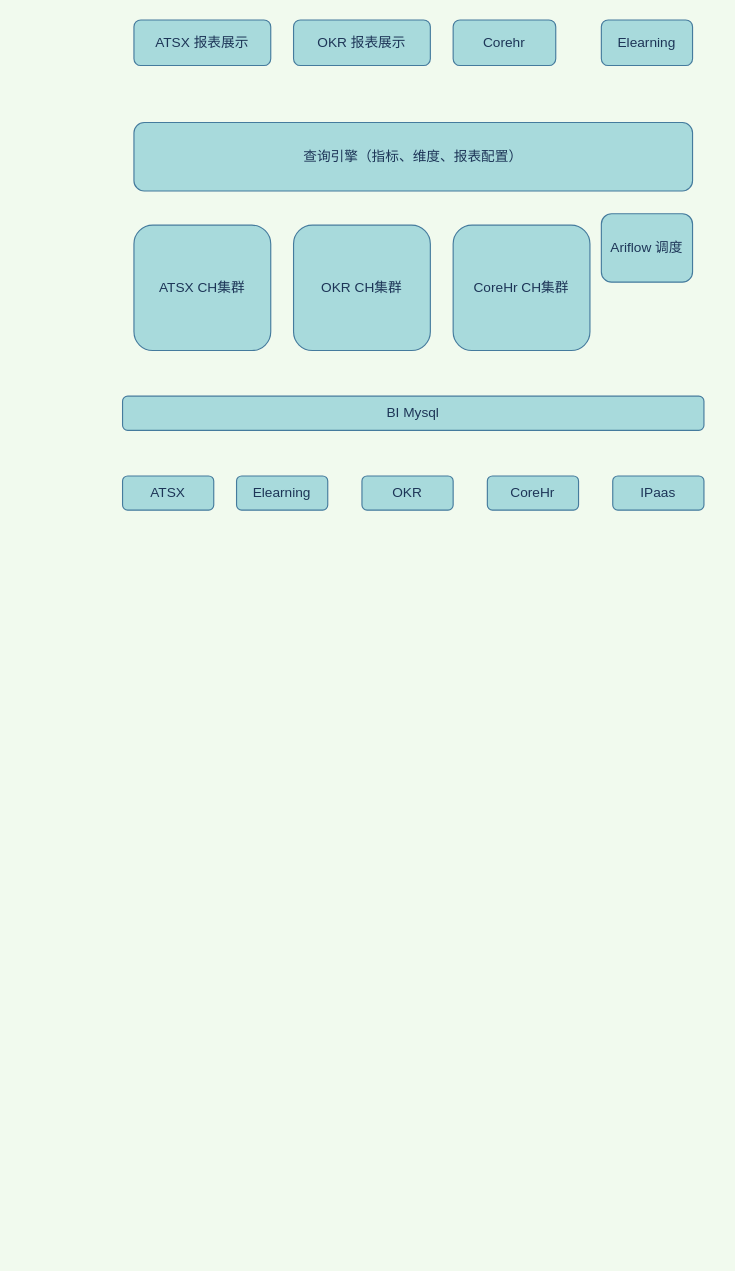
This is dw/Untitled Diagram.drawio from cicelprg/drawio, a draw.io file, before an edit. Source tidied: cells renumbered, new cells numbered last; positions are measured from the earlier drawing's top-left corner, leaving out a move shared by most shapes. Both pictures are drawn from the tidied source at 114%, with x=0, y=0 at pixel (122, 19).
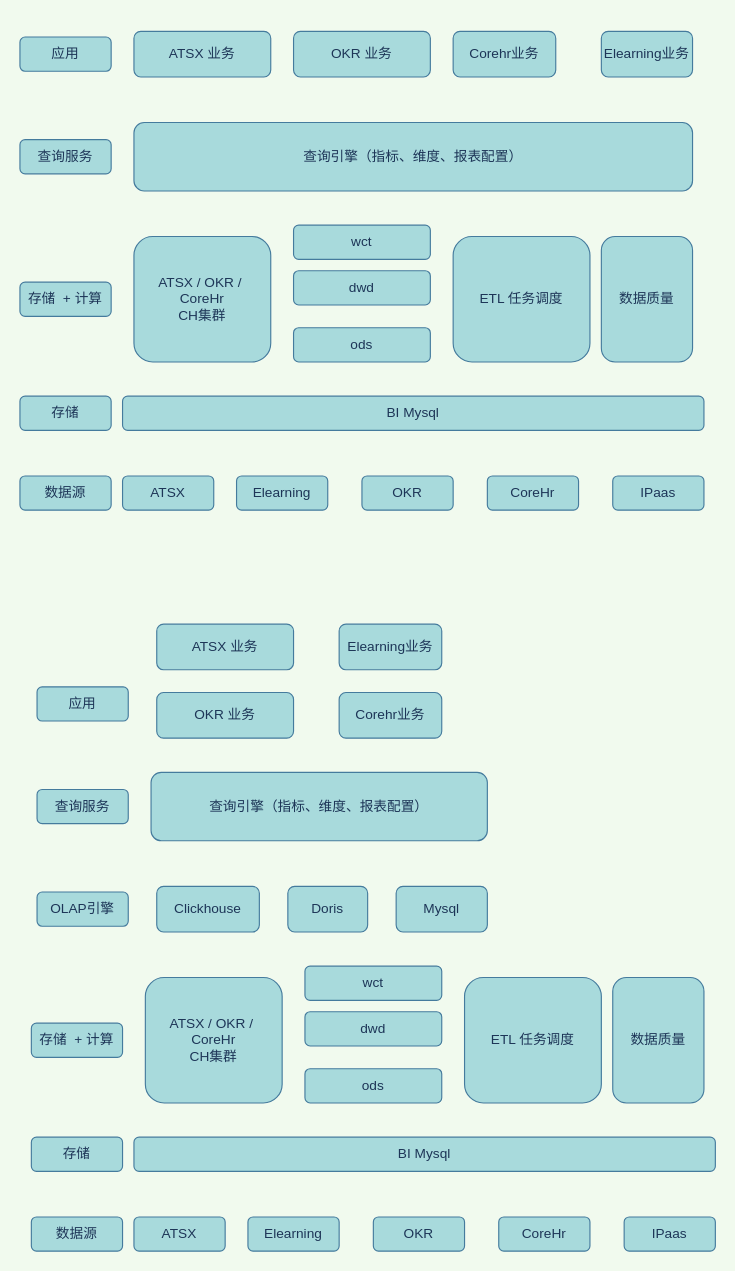
After the change.

The edit, as a diff of the source:
```diff
@@
-    <mxCell id="8" value="ATSX CH集群" style="rounded=1;whiteSpace=wrap;html=1;sketch=0;hachureGap=4;fontColor=#1D3557;strokeColor=#457B9D;fillColor=#A8DADC;" parent="1" vertex="1">
-      <mxGeometry x="10" y="180" width="120" height="110" as="geometry" />
+    <mxCell id="8" value="ATSX / OKR /&amp;nbsp; CoreHr&lt;br&gt;CH集群" style="rounded=1;whiteSpace=wrap;html=1;sketch=0;hachureGap=4;fontColor=#1D3557;strokeColor=#457B9D;fillColor=#A8DADC;" parent="1" vertex="1">
+      <mxGeometry x="10" y="190" width="120" height="110" as="geometry" />
     </mxCell>
-    <mxCell id="9" value="OKR CH集群" style="rounded=1;whiteSpace=wrap;html=1;sketch=0;hachureGap=4;fontColor=#1D3557;strokeColor=#457B9D;fillColor=#A8DADC;" parent="1" vertex="1">
-      <mxGeometry x="150" y="180" width="120" height="110" as="geometry" />
-    </mxCell>
-    <mxCell id="10" value="CoreHr CH集群" style="rounded=1;whiteSpace=wrap;html=1;sketch=0;hachureGap=4;fontColor=#1D3557;strokeColor=#457B9D;fillColor=#A8DADC;" parent="1" vertex="1">
-      <mxGeometry x="290" y="180" width="120" height="110" as="geometry" />
-    </mxCell>
@@
-    <mxCell id="12" value="ATSX 报表展示" style="rounded=1;whiteSpace=wrap;html=1;sketch=0;hachureGap=4;fontColor=#1D3557;strokeColor=#457B9D;fillColor=#A8DADC;" parent="1" vertex="1">
-      <mxGeometry x="10" width="120" height="40" as="geometry" />
+    <mxCell id="12" value="ATSX 业务" style="rounded=1;whiteSpace=wrap;html=1;sketch=0;hachureGap=4;fontColor=#1D3557;strokeColor=#457B9D;fillColor=#A8DADC;" parent="1" vertex="1">
+      <mxGeometry x="10" y="10" width="120" height="40" as="geometry" />
     </mxCell>
-    <mxCell id="13" value="OKR 报表展示" style="rounded=1;whiteSpace=wrap;html=1;sketch=0;hachureGap=4;fontColor=#1D3557;strokeColor=#457B9D;fillColor=#A8DADC;" parent="1" vertex="1">
-      <mxGeometry x="150" width="120" height="40" as="geometry" />
+    <mxCell id="13" value="OKR 业务" style="rounded=1;whiteSpace=wrap;html=1;sketch=0;hachureGap=4;fontColor=#1D3557;strokeColor=#457B9D;fillColor=#A8DADC;" parent="1" vertex="1">
+      <mxGeometry x="150" y="10" width="120" height="40" as="geometry" />
     </mxCell>
-    <mxCell id="14" value="Corehr" style="rounded=1;whiteSpace=wrap;html=1;sketch=0;hachureGap=4;fontColor=#1D3557;strokeColor=#457B9D;fillColor=#A8DADC;" parent="1" vertex="1">
-      <mxGeometry x="290" width="90" height="40" as="geometry" />
+    <mxCell id="14" value="Corehr业务" style="rounded=1;whiteSpace=wrap;html=1;sketch=0;hachureGap=4;fontColor=#1D3557;strokeColor=#457B9D;fillColor=#A8DADC;" parent="1" vertex="1">
+      <mxGeometry x="290" y="10" width="90" height="40" as="geometry" />
     </mxCell>
-    <mxCell id="15" value="Elearning" style="rounded=1;whiteSpace=wrap;html=1;sketch=0;hachureGap=4;fontColor=#1D3557;strokeColor=#457B9D;fillColor=#A8DADC;" parent="1" vertex="1">
-      <mxGeometry x="420" width="80" height="40" as="geometry" />
+    <mxCell id="15" value="Elearning业务" style="rounded=1;whiteSpace=wrap;html=1;sketch=0;hachureGap=4;fontColor=#1D3557;strokeColor=#457B9D;fillColor=#A8DADC;" parent="1" vertex="1">
+      <mxGeometry x="420" y="10" width="80" height="40" as="geometry" />
     </mxCell>
-    <mxCell id="16" value="Ariflow 调度" style="rounded=1;whiteSpace=wrap;html=1;sketch=0;hachureGap=4;fontColor=#1D3557;strokeColor=#457B9D;fillColor=#A8DADC;" parent="1" vertex="1">
-      <mxGeometry x="420" y="170" width="80" height="60" as="geometry" />
-    </mxCell>
+    <mxCell id="17" value="dwd" style="rounded=1;whiteSpace=wrap;html=1;sketch=0;hachureGap=4;fontColor=#1D3557;strokeColor=#457B9D;fillColor=#A8DADC;" parent="1" vertex="1">
+      <mxGeometry x="150" y="220" width="120" height="30" as="geometry" />
+    </mxCell>
+    <mxCell id="18" value="数据质量" style="rounded=1;whiteSpace=wrap;html=1;sketch=0;hachureGap=4;fontColor=#1D3557;strokeColor=#457B9D;fillColor=#A8DADC;" parent="1" vertex="1">
+      <mxGeometry x="420" y="190" width="80" height="110" as="geometry" />
+    </mxCell>
+    <mxCell id="19" value="wct" style="rounded=1;whiteSpace=wrap;html=1;sketch=0;hachureGap=4;fontColor=#1D3557;strokeColor=#457B9D;fillColor=#A8DADC;" parent="1" vertex="1">
+      <mxGeometry x="150" y="180" width="120" height="30" as="geometry" />
+    </mxCell>
+    <mxCell id="20" value="ods" style="rounded=1;whiteSpace=wrap;html=1;sketch=0;hachureGap=4;fontColor=#1D3557;strokeColor=#457B9D;fillColor=#A8DADC;" parent="1" vertex="1">
+      <mxGeometry x="150" y="270" width="120" height="30" as="geometry" />
+    </mxCell>
+    <mxCell id="21" value="ETL 任务调度" style="rounded=1;whiteSpace=wrap;html=1;sketch=0;hachureGap=4;fontColor=#1D3557;strokeColor=#457B9D;fillColor=#A8DADC;" parent="1" vertex="1">
+      <mxGeometry x="290" y="190" width="120" height="110" as="geometry" />
+    </mxCell>
+    <mxCell id="22" value="数据源" style="rounded=1;whiteSpace=wrap;html=1;hachureGap=4;fillColor=#A8DADC;strokeColor=#457B9D;fontColor=#1D3557;" parent="1" vertex="1">
+      <mxGeometry x="-90" y="400" width="80" height="30" as="geometry" />
+    </mxCell>
+    <mxCell id="23" value="存储" style="rounded=1;whiteSpace=wrap;html=1;hachureGap=4;fillColor=#A8DADC;strokeColor=#457B9D;fontColor=#1D3557;" parent="1" vertex="1">
+      <mxGeometry x="-90" y="330" width="80" height="30" as="geometry" />
+    </mxCell>
+    <mxCell id="24" value="存储&amp;nbsp; + 计算" style="rounded=1;whiteSpace=wrap;html=1;hachureGap=4;fillColor=#A8DADC;strokeColor=#457B9D;fontColor=#1D3557;" parent="1" vertex="1">
+      <mxGeometry x="-90" y="230" width="80" height="30" as="geometry" />
+    </mxCell>
+    <mxCell id="25" value="查询服务" style="rounded=1;whiteSpace=wrap;html=1;hachureGap=4;fillColor=#A8DADC;strokeColor=#457B9D;fontColor=#1D3557;" parent="1" vertex="1">
+      <mxGeometry x="-90" y="105" width="80" height="30" as="geometry" />
+    </mxCell>
+    <mxCell id="26" value="应用" style="rounded=1;whiteSpace=wrap;html=1;hachureGap=4;fillColor=#A8DADC;strokeColor=#457B9D;fontColor=#1D3557;" parent="1" vertex="1">
+      <mxGeometry x="-90" y="15" width="80" height="30" as="geometry" />
+    </mxCell>
+    <mxCell id="27" value="ATSX" style="rounded=1;whiteSpace=wrap;html=1;hachureGap=4;fillColor=#A8DADC;strokeColor=#457B9D;fontColor=#1D3557;" parent="1" vertex="1">
+      <mxGeometry x="10" y="1050" width="80" height="30" as="geometry" />
+    </mxCell>
+    <mxCell id="28" value="Elearning" style="rounded=1;whiteSpace=wrap;html=1;hachureGap=4;fillColor=#A8DADC;strokeColor=#457B9D;fontColor=#1D3557;" parent="1" vertex="1">
+      <mxGeometry x="110" y="1050" width="80" height="30" as="geometry" />
+    </mxCell>
+    <mxCell id="29" value="OKR" style="rounded=1;whiteSpace=wrap;html=1;hachureGap=4;fillColor=#A8DADC;strokeColor=#457B9D;fontColor=#1D3557;" parent="1" vertex="1">
+      <mxGeometry x="220" y="1050" width="80" height="30" as="geometry" />
+    </mxCell>
+    <mxCell id="30" value="CoreHr" style="rounded=1;whiteSpace=wrap;html=1;hachureGap=4;fillColor=#A8DADC;strokeColor=#457B9D;fontColor=#1D3557;" parent="1" vertex="1">
+      <mxGeometry x="330" y="1050" width="80" height="30" as="geometry" />
+    </mxCell>
+    <mxCell id="31" value="IPaas" style="rounded=1;whiteSpace=wrap;html=1;hachureGap=4;fillColor=#A8DADC;strokeColor=#457B9D;fontColor=#1D3557;" parent="1" vertex="1">
+      <mxGeometry x="440" y="1050" width="80" height="30" as="geometry" />
+    </mxCell>
+    <mxCell id="32" value="BI Mysql" style="rounded=1;whiteSpace=wrap;html=1;hachureGap=4;fillColor=#A8DADC;strokeColor=#457B9D;fontColor=#1D3557;" parent="1" vertex="1">
+      <mxGeometry x="10" y="980" width="510" height="30" as="geometry" />
+    </mxCell>
+    <mxCell id="33" value="ATSX / OKR /&amp;nbsp; CoreHr&lt;br&gt;CH集群" style="rounded=1;whiteSpace=wrap;html=1;sketch=0;hachureGap=4;fontColor=#1D3557;strokeColor=#457B9D;fillColor=#A8DADC;" parent="1" vertex="1">
+      <mxGeometry x="20" y="840" width="120" height="110" as="geometry" />
+    </mxCell>
+    <mxCell id="34" value="查询引擎（指标、维度、报表配置）" style="rounded=1;whiteSpace=wrap;html=1;sketch=0;hachureGap=4;fontColor=#1D3557;strokeColor=#457B9D;fillColor=#A8DADC;" parent="1" vertex="1">
+      <mxGeometry x="25" y="660" width="295" height="60" as="geometry" />
+    </mxCell>
+    <mxCell id="35" value="ATSX 业务" style="rounded=1;whiteSpace=wrap;html=1;sketch=0;hachureGap=4;fontColor=#1D3557;strokeColor=#457B9D;fillColor=#A8DADC;" parent="1" vertex="1">
+      <mxGeometry x="30" y="530" width="120" height="40" as="geometry" />
+    </mxCell>
+    <mxCell id="36" value="OKR 业务" style="rounded=1;whiteSpace=wrap;html=1;sketch=0;hachureGap=4;fontColor=#1D3557;strokeColor=#457B9D;fillColor=#A8DADC;" parent="1" vertex="1">
+      <mxGeometry x="30" y="590" width="120" height="40" as="geometry" />
+    </mxCell>
+    <mxCell id="37" value="Corehr业务" style="rounded=1;whiteSpace=wrap;html=1;sketch=0;hachureGap=4;fontColor=#1D3557;strokeColor=#457B9D;fillColor=#A8DADC;" parent="1" vertex="1">
+      <mxGeometry x="190" y="590" width="90" height="40" as="geometry" />
+    </mxCell>
+    <mxCell id="38" value="Elearning业务" style="rounded=1;whiteSpace=wrap;html=1;sketch=0;hachureGap=4;fontColor=#1D3557;strokeColor=#457B9D;fillColor=#A8DADC;" parent="1" vertex="1">
+      <mxGeometry x="190" y="530" width="90" height="40" as="geometry" />
+    </mxCell>
+    <mxCell id="39" value="dwd" style="rounded=1;whiteSpace=wrap;html=1;sketch=0;hachureGap=4;fontColor=#1D3557;strokeColor=#457B9D;fillColor=#A8DADC;" parent="1" vertex="1">
+      <mxGeometry x="160" y="870" width="120" height="30" as="geometry" />
+    </mxCell>
+    <mxCell id="40" value="数据质量" style="rounded=1;whiteSpace=wrap;html=1;sketch=0;hachureGap=4;fontColor=#1D3557;strokeColor=#457B9D;fillColor=#A8DADC;" parent="1" vertex="1">
+      <mxGeometry x="430" y="840" width="80" height="110" as="geometry" />
+    </mxCell>
+    <mxCell id="41" value="wct" style="rounded=1;whiteSpace=wrap;html=1;sketch=0;hachureGap=4;fontColor=#1D3557;strokeColor=#457B9D;fillColor=#A8DADC;" parent="1" vertex="1">
+      <mxGeometry x="160" y="830" width="120" height="30" as="geometry" />
+    </mxCell>
+    <mxCell id="42" value="ods" style="rounded=1;whiteSpace=wrap;html=1;sketch=0;hachureGap=4;fontColor=#1D3557;strokeColor=#457B9D;fillColor=#A8DADC;" parent="1" vertex="1">
+      <mxGeometry x="160" y="920" width="120" height="30" as="geometry" />
+    </mxCell>
+    <mxCell id="43" value="ETL 任务调度" style="rounded=1;whiteSpace=wrap;html=1;sketch=0;hachureGap=4;fontColor=#1D3557;strokeColor=#457B9D;fillColor=#A8DADC;" parent="1" vertex="1">
+      <mxGeometry x="300" y="840" width="120" height="110" as="geometry" />
+    </mxCell>
+    <mxCell id="44" value="数据源" style="rounded=1;whiteSpace=wrap;html=1;hachureGap=4;fillColor=#A8DADC;strokeColor=#457B9D;fontColor=#1D3557;" parent="1" vertex="1">
+      <mxGeometry x="-80" y="1050" width="80" height="30" as="geometry" />
+    </mxCell>
+    <mxCell id="45" value="存储" style="rounded=1;whiteSpace=wrap;html=1;hachureGap=4;fillColor=#A8DADC;strokeColor=#457B9D;fontColor=#1D3557;" parent="1" vertex="1">
+      <mxGeometry x="-80" y="980" width="80" height="30" as="geometry" />
+    </mxCell>
+    <mxCell id="46" value="存储&amp;nbsp; + 计算" style="rounded=1;whiteSpace=wrap;html=1;hachureGap=4;fillColor=#A8DADC;strokeColor=#457B9D;fontColor=#1D3557;" parent="1" vertex="1">
+      <mxGeometry x="-80" y="880" width="80" height="30" as="geometry" />
+    </mxCell>
+    <mxCell id="47" value="查询服务" style="rounded=1;whiteSpace=wrap;html=1;hachureGap=4;fillColor=#A8DADC;strokeColor=#457B9D;fontColor=#1D3557;" parent="1" vertex="1">
+      <mxGeometry x="-75" y="675" width="80" height="30" as="geometry" />
+    </mxCell>
+    <mxCell id="48" value="应用" style="rounded=1;whiteSpace=wrap;html=1;hachureGap=4;fillColor=#A8DADC;strokeColor=#457B9D;fontColor=#1D3557;" parent="1" vertex="1">
+      <mxGeometry x="-75" y="585" width="80" height="30" as="geometry" />
+    </mxCell>
+    <mxCell id="49" value="Clickhouse" style="rounded=1;whiteSpace=wrap;html=1;sketch=0;hachureGap=4;fontColor=#1D3557;strokeColor=#457B9D;fillColor=#A8DADC;" parent="1" vertex="1">
+      <mxGeometry x="30" y="760" width="90" height="40" as="geometry" />
+    </mxCell>
+    <mxCell id="50" value="Doris" style="rounded=1;whiteSpace=wrap;html=1;sketch=0;hachureGap=4;fontColor=#1D3557;strokeColor=#457B9D;fillColor=#A8DADC;" parent="1" vertex="1">
+      <mxGeometry x="145" y="760" width="70" height="40" as="geometry" />
+    </mxCell>
+    <mxCell id="51" value="Mysql" style="rounded=1;whiteSpace=wrap;html=1;sketch=0;hachureGap=4;fontColor=#1D3557;strokeColor=#457B9D;fillColor=#A8DADC;" parent="1" vertex="1">
+      <mxGeometry x="240" y="760" width="80" height="40" as="geometry" />
+    </mxCell>
+    <mxCell id="52" value="OLAP引擎" style="rounded=1;whiteSpace=wrap;html=1;hachureGap=4;fillColor=#A8DADC;strokeColor=#457B9D;fontColor=#1D3557;" parent="1" vertex="1">
+      <mxGeometry x="-75" y="765" width="80" height="30" as="geometry" />
+    </mxCell>
```
